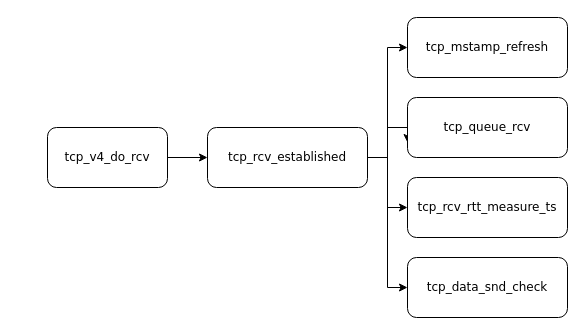
Earlier version of the draw.io diagram bpftune.drawio (hubblezzhu/frr_learning). Source tidied: cells renumbered, new cells numbered last; positions are measured from the earlier drawing's top-left corner, leaving out a move shared by most shapes. Both pictures are drawn from the tidied source at 100%, with x=0, y=0 at pixel (47, 17).
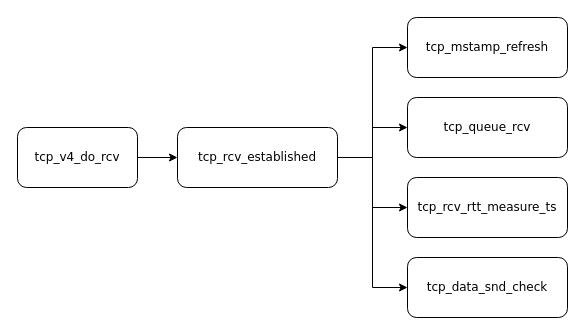
Above is the later version.

What changed in the source:
```diff
@@
 <mxGraphModel>
   <root>
     <mxCell id="0" />
     <mxCell id="1" parent="0" />
     <mxCell id="2" style="edgeStyle=orthogonalEdgeStyle;rounded=0;jettySize=auto;html=1;" parent="1" edge="1" source="3" target="8">
       <mxGeometry relative="1" as="geometry" />
     </mxCell>
     <mxCell id="3" value="tcp_v4_do_rcv" style="rounded=1;whiteSpace=wrap;html=1;fontFamily=Verdana;" parent="1" vertex="1">
-      <mxGeometry y="110" width="120" height="60" as="geometry" />
+      <mxGeometry x="-30" y="110" width="120" height="60" as="geometry" />
     </mxCell>
     <mxCell id="4" style="edgeStyle=orthogonalEdgeStyle;rounded=0;jettySize=auto;html=1;entryX=0;entryY=0.5;entryDx=0;entryDy=0;" parent="1" edge="1" source="8" target="9">
       <mxGeometry relative="1" as="geometry" />
     </mxCell>
-    <mxCell id="5" style="edgeStyle=orthogonalEdgeStyle;rounded=0;jettySize=auto;html=1;entryX=0;entryY=0.75;entryDx=0;entryDy=0;" parent="1" edge="1" source="8" target="10">
-      <mxGeometry relative="1" as="geometry">
-        <Array as="points">
-          <mxPoint x="340" y="140" />
-          <mxPoint x="340" y="110" />
-          <mxPoint x="360" y="110" />
-        </Array>
-      </mxGeometry>
-    </mxCell>
     <mxCell id="6" style="edgeStyle=orthogonalEdgeStyle;rounded=0;jettySize=auto;html=1;entryX=0;entryY=0.5;entryDx=0;entryDy=0;" parent="1" edge="1" source="8" target="11">
       <mxGeometry relative="1" as="geometry" />
     </mxCell>
     <mxCell id="7" style="edgeStyle=orthogonalEdgeStyle;rounded=0;jettySize=auto;html=1;entryX=0;entryY=0.5;entryDx=0;entryDy=0;" parent="1" edge="1" source="8" target="12">
       <mxGeometry relative="1" as="geometry" />
     </mxCell>
+    <mxCell id="5" style="edgeStyle=orthogonalEdgeStyle;rounded=0;jettySize=auto;html=1;" parent="1" edge="1" source="8" target="10">
+      <mxGeometry relative="1" as="geometry" />
+    </mxCell>
     <mxCell id="8" value="tcp_rcv_established" style="rounded=1;whiteSpace=wrap;html=1;fontFamily=Verdana;" parent="1" vertex="1">
-      <mxGeometry x="160" y="110" width="160" height="60" as="geometry" />
+      <mxGeometry x="130" y="110" width="160" height="60" as="geometry" />
     </mxCell>
     <mxCell id="9" value="tcp_mstamp_refresh" style="rounded=1;whiteSpace=wrap;html=1;fontFamily=Verdana;" parent="1" vertex="1">
       <mxGeometry x="360" width="160" height="60" as="geometry" />
     </mxCell>
     <mxCell id="10" value="tcp_queue_rcv" style="rounded=1;whiteSpace=wrap;html=1;fontFamily=Verdana;" parent="1" vertex="1">
       <mxGeometry x="360" y="80" width="160" height="60" as="geometry" />
     </mxCell>
     <mxCell id="11" value="tcp_rcv_rtt_measure_ts" style="rounded=1;whiteSpace=wrap;html=1;fontFamily=Verdana;" parent="1" vertex="1">
       <mxGeometry x="360" y="160" width="160" height="60" as="geometry" />
     </mxCell>
     <mxCell id="12" value="tcp_data_snd_check" style="rounded=1;whiteSpace=wrap;html=1;fontFamily=Verdana;" parent="1" vertex="1">
       <mxGeometry x="360" y="240" width="160" height="60" as="geometry" />
     </mxCell>
   </root>
 </mxGraphModel>
```
